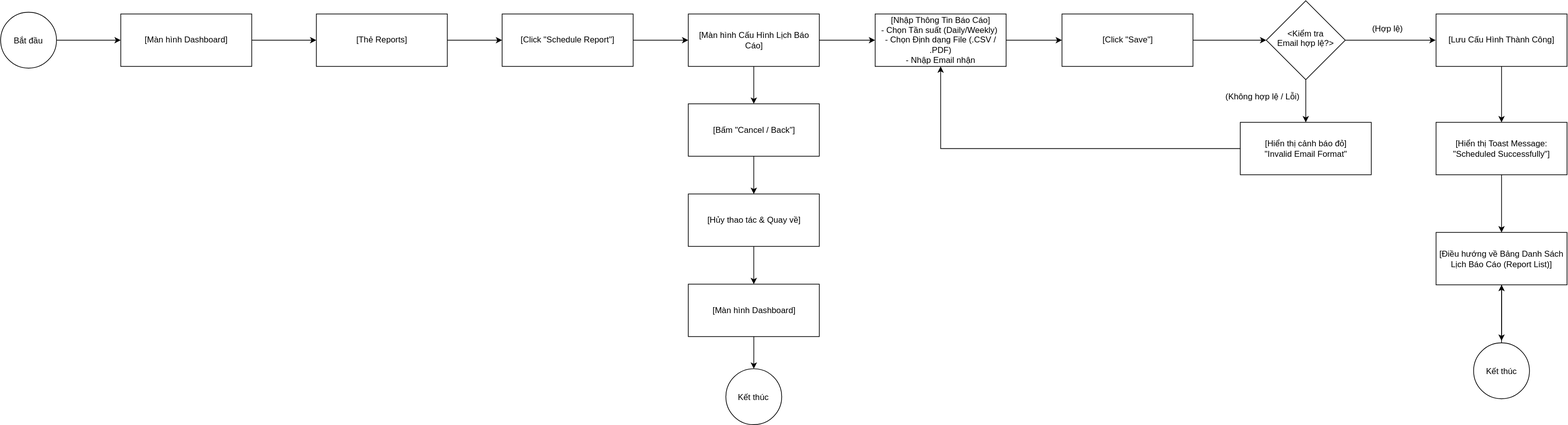
Above: user-flow.drawio.svg in linh-th/ecommerce-adtech (draw.io), before the change. Source tidied: cells renumbered, new cells last; positions are measured from the earlier drawing's top-left corner, leaving out a move shared by most shapes.
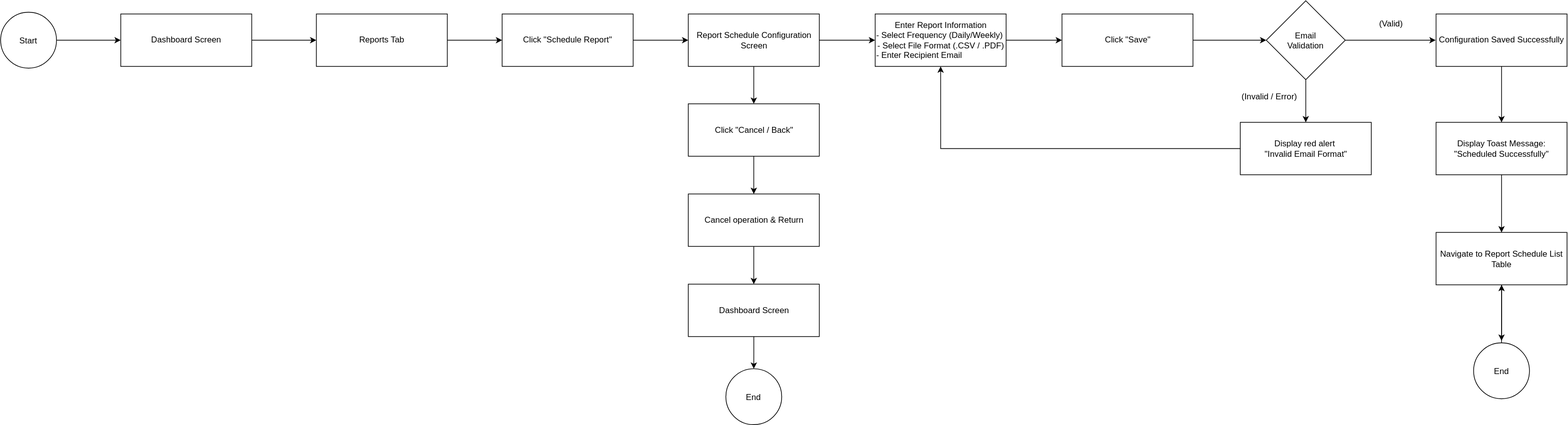
The same diagram one commit later.

What changed in the source:
```diff
@@ -5,19 +5,19 @@
     <mxCell id="2" style="edgeStyle=orthogonalEdgeStyle;rounded=0;jettySize=auto;html=1;defaultLabelBackgroundColor=page;" parent="1" edge="1" source="3" target="5">
       <mxGeometry relative="1" as="geometry" />
     </mxCell>
-    <mxCell id="3" value="[Màn hình Dashboard]" style="whiteSpace=wrap;html=1;" parent="1" vertex="1">
+    <mxCell id="3" value="Dashboard Screen" style="whiteSpace=wrap;html=1;" parent="1" vertex="1">
       <mxGeometry x="172" y="18.5" width="187.5" height="75" as="geometry" />
     </mxCell>
     <mxCell id="4" style="edgeStyle=orthogonalEdgeStyle;rounded=0;jettySize=auto;html=1;defaultLabelBackgroundColor=page;" parent="1" edge="1" source="5" target="7">
       <mxGeometry relative="1" as="geometry" />
     </mxCell>
-    <mxCell id="5" value="[Thẻ Reports]" style="whiteSpace=wrap;html=1;" parent="1" vertex="1">
+    <mxCell id="5" value="Reports Tab" style="whiteSpace=wrap;html=1;" parent="1" vertex="1">
       <mxGeometry x="452" y="18.5" width="187.5" height="75" as="geometry" />
     </mxCell>
     <mxCell id="6" style="edgeStyle=orthogonalEdgeStyle;rounded=0;jettySize=auto;html=1;defaultLabelBackgroundColor=page;" parent="1" edge="1" source="7" target="10">
       <mxGeometry relative="1" as="geometry" />
     </mxCell>
-    <mxCell id="7" value="[Click &quot;Schedule Report&quot;]" style="whiteSpace=wrap;html=1;" parent="1" vertex="1">
+    <mxCell id="7" value="Click &quot;Schedule Report&quot;" style="whiteSpace=wrap;html=1;" parent="1" vertex="1">
       <mxGeometry x="718" y="18.5" width="187.5" height="75" as="geometry" />
     </mxCell>
     <mxCell id="8" style="edgeStyle=orthogonalEdgeStyle;rounded=0;jettySize=auto;html=1;defaultLabelBackgroundColor=page;" parent="1" edge="1" source="10" target="12">
@@ -26,37 +26,37 @@
     <mxCell id="9" style="edgeStyle=orthogonalEdgeStyle;rounded=0;jettySize=auto;html=1;defaultLabelBackgroundColor=page;" parent="1" edge="1" source="10" target="16">
       <mxGeometry relative="1" as="geometry" />
     </mxCell>
-    <mxCell id="10" value="[Màn hình Cấu Hình Lịch Báo Cáo]" style="whiteSpace=wrap;html=1;" parent="1" vertex="1">
+    <mxCell id="10" value="Report Schedule Configuration Screen" style="whiteSpace=wrap;html=1;" parent="1" vertex="1">
       <mxGeometry x="984.5" y="18.5" width="187.5" height="75" as="geometry" />
     </mxCell>
     <mxCell id="11" style="edgeStyle=orthogonalEdgeStyle;rounded=0;jettySize=auto;html=1;defaultLabelBackgroundColor=page;" parent="1" edge="1" source="12" target="14">
       <mxGeometry relative="1" as="geometry" />
     </mxCell>
-    <mxCell id="12" value="[Bấm &quot;Cancel / Back&quot;]" style="whiteSpace=wrap;html=1;" parent="1" vertex="1">
+    <mxCell id="12" value="Click &quot;Cancel / Back&quot;" style="whiteSpace=wrap;html=1;" parent="1" vertex="1">
       <mxGeometry x="984.5" y="147" width="187.5" height="75" as="geometry" />
     </mxCell>
     <mxCell id="13" style="edgeStyle=orthogonalEdgeStyle;rounded=0;jettySize=auto;html=1;defaultLabelBackgroundColor=page;" parent="1" edge="1" source="14" target="18">
       <mxGeometry relative="1" as="geometry" />
     </mxCell>
-    <mxCell id="14" value="[Hủy thao tác &amp;amp; Quay về]" style="whiteSpace=wrap;html=1;" parent="1" vertex="1">
+    <mxCell id="14" value="Cancel operation &amp;amp; Return" style="whiteSpace=wrap;html=1;" parent="1" vertex="1">
       <mxGeometry x="984.5" y="276" width="187.5" height="75" as="geometry" />
     </mxCell>
     <mxCell id="15" style="edgeStyle=orthogonalEdgeStyle;rounded=0;jettySize=auto;html=1;defaultLabelBackgroundColor=page;" parent="1" edge="1" source="16" target="20">
       <mxGeometry relative="1" as="geometry" />
     </mxCell>
-    <mxCell id="16" value="[Nhập Thông Tin Báo Cáo]&lt;br&gt;   - Chọn Tần suất (Daily/Weekly)&amp;nbsp;&lt;div&gt;- Chọn Định dạng File (.CSV / .PDF)&lt;br&gt;   - Nhập Email nhận&lt;/div&gt;" style="whiteSpace=wrap;html=1;" parent="1" vertex="1">
+    <mxCell id="16" value="&lt;div style=&quot;text-align: center;&quot;&gt;&lt;span style=&quot;background-color: transparent; color: light-dark(#000000, var(--ge-light-color, #ffffff));&quot;&gt;Enter Report Information&lt;/span&gt;&lt;/div&gt;&lt;div&gt;&lt;div style=&quot;text-align: center;&quot;&gt;&lt;span style=&quot;background-color: transparent; color: light-dark(#000000, var(--ge-light-color, #ffffff));&quot;&gt;- Select Frequency (Daily/Weekly)&lt;/span&gt;&lt;span style=&quot;background-color: transparent; color: light-dark(#000000, var(--ge-light-color, #ffffff));&quot;&gt;&amp;nbsp;&lt;/span&gt;&lt;/div&gt;&lt;div style=&quot;text-align: center;&quot;&gt;&lt;span style=&quot;background-color: transparent; color: light-dark(#000000, var(--ge-light-color, #ffffff));&quot;&gt;- Select File Format (.CSV / .PDF)&lt;/span&gt;&lt;/div&gt; &lt;span&gt;- Enter Recipient Email&lt;/span&gt;&lt;/div&gt;" style="whiteSpace=wrap;html=1;align=left;" parent="1" vertex="1">
       <mxGeometry x="1252" y="18.5" width="187.5" height="75" as="geometry" />
     </mxCell>
     <mxCell id="17" style="edgeStyle=orthogonalEdgeStyle;rounded=0;jettySize=auto;html=1;defaultLabelBackgroundColor=page;" parent="1" edge="1" source="18" target="38">
       <mxGeometry relative="1" as="geometry" />
     </mxCell>
-    <mxCell id="18" value="[Màn hình Dashboard]" style="whiteSpace=wrap;html=1;" parent="1" vertex="1">
+    <mxCell id="18" value=" &lt;span&gt;Dashboard Screen&lt;/span&gt;" style="whiteSpace=wrap;html=1;" parent="1" vertex="1">
       <mxGeometry x="984.5" y="405" width="187.5" height="75" as="geometry" />
     </mxCell>
     <mxCell id="19" style="edgeStyle=orthogonalEdgeStyle;rounded=0;jettySize=auto;html=1;defaultLabelBackgroundColor=page;entryX=0;entryY=0.5;entryDx=0;entryDy=0;" parent="1" edge="1" source="20" target="33">
       <mxGeometry x="-0.41" relative="1" as="geometry" />
     </mxCell>
-    <mxCell id="20" value="[Click &quot;Save&quot;]" style="whiteSpace=wrap;html=1;" parent="1" vertex="1">
+    <mxCell id="20" value="Click &quot;Save&quot;" style="whiteSpace=wrap;html=1;" parent="1" vertex="1">
       <mxGeometry x="1519.5" y="18.5" width="187.5" height="75" as="geometry" />
     </mxCell>
     <mxCell id="21" style="edgeStyle=orthogonalEdgeStyle;rounded=0;jettySize=auto;html=1;defaultLabelBackgroundColor=page;exitX=1;exitY=0.5;exitDx=0;exitDy=0;" parent="1" edge="1" source="33">
@@ -70,19 +70,19 @@
     <mxCell id="23" style="edgeStyle=orthogonalEdgeStyle;rounded=0;jettySize=auto;html=1;defaultLabelBackgroundColor=page;entryX=0.5;entryY=1;entryDx=0;entryDy=0;" parent="1" edge="1" source="24" target="16">
       <mxGeometry x="-0.03" relative="1" as="geometry" />
     </mxCell>
-    <mxCell id="24" value="[Hiển thị cảnh báo đỏ]&lt;div&gt;&quot;Invalid Email Format&quot;&lt;/div&gt;" style="whiteSpace=wrap;html=1;" parent="1" vertex="1">
+    <mxCell id="24" value="Display red alert&amp;nbsp;&lt;div&gt;&quot;Invalid Email Format&quot;&lt;/div&gt;" style="whiteSpace=wrap;html=1;" parent="1" vertex="1">
       <mxGeometry x="1774.8" y="173.5" width="187.5" height="75" as="geometry" />
     </mxCell>
     <mxCell id="25" style="edgeStyle=orthogonalEdgeStyle;rounded=0;jettySize=auto;html=1;defaultLabelBackgroundColor=page;" parent="1" edge="1" source="26" target="28">
       <mxGeometry relative="1" as="geometry" />
     </mxCell>
-    <mxCell id="26" value="[Lưu Cấu Hình Thành Công]" style="whiteSpace=wrap;html=1;" parent="1" vertex="1">
+    <mxCell id="26" value="Configuration Saved Successfully" style="whiteSpace=wrap;html=1;" parent="1" vertex="1">
       <mxGeometry x="2055" y="18.5" width="187.5" height="75" as="geometry" />
     </mxCell>
     <mxCell id="27" style="edgeStyle=orthogonalEdgeStyle;rounded=0;jettySize=auto;html=1;defaultLabelBackgroundColor=page;" parent="1" edge="1" source="28" target="30">
       <mxGeometry relative="1" as="geometry" />
     </mxCell>
-    <mxCell id="28" value="[Hiển thị Toast Message: &quot;Scheduled Successfully&quot;]" style="whiteSpace=wrap;html=1;" parent="1" vertex="1">
+    <mxCell id="28" value="Display Toast Message: &quot;Scheduled Successfully&quot;" style="whiteSpace=wrap;html=1;" parent="1" vertex="1">
       <mxGeometry x="2055" y="173.5" width="187.5" height="75" as="geometry" />
     </mxCell>
     <mxCell id="29" style="edgeStyle=orthogonalEdgeStyle;rounded=0;jettySize=auto;html=1;defaultLabelBackgroundColor=page;" parent="1" edge="1" source="30">
@@ -90,31 +90,31 @@
         <mxPoint x="2148.8" y="486" as="targetPoint" />
       </mxGeometry>
     </mxCell>
-    <mxCell id="30" value="[Điều hướng về Bảng Danh Sách Lịch Báo Cáo (Report List)]" style="whiteSpace=wrap;html=1;" parent="1" vertex="1">
+    <mxCell id="30" value="Navigate to Report Schedule List Table" style="whiteSpace=wrap;html=1;" parent="1" vertex="1">
       <mxGeometry x="2055" y="331" width="187.5" height="75" as="geometry" />
     </mxCell>
     <mxCell id="31" style="edgeStyle=orthogonalEdgeStyle;rounded=0;jettySize=auto;html=1;exitX=1;exitY=0.5;exitDx=0;exitDy=0;entryX=0;entryY=0.5;entryDx=0;entryDy=0;defaultLabelBackgroundColor=page;" parent="1" edge="1" source="32" target="3">
       <mxGeometry relative="1" as="geometry" />
     </mxCell>
-    <mxCell id="32" value="Bắt đầu" style="ellipse;whiteSpace=wrap;html=1;shapeInside=1;" parent="1" vertex="1">
+    <mxCell id="32" value="Start" style="ellipse;whiteSpace=wrap;html=1;shapeInside=1;" parent="1" vertex="1">
       <mxGeometry y="16" width="80" height="80" as="geometry" />
     </mxCell>
-    <mxCell id="33" value="&amp;lt;Kiểm tra Email hợp lệ?&amp;gt;" style="rhombus;whiteSpace=wrap;html=1;shapeInside=1;" parent="1" vertex="1">
+    <mxCell id="33" value="Email Validation" style="rhombus;whiteSpace=wrap;html=1;shapeInside=1;" parent="1" vertex="1">
       <mxGeometry x="1812" y="-0.5" width="113" height="113" as="geometry" />
     </mxCell>
-    <mxCell id="34" value="(Không hợp lệ / Lỗi)" style="text;whiteSpace=wrap;html=1;" parent="1" vertex="1">
-      <mxGeometry x="1752" y="123" width="140" height="40" as="geometry" />
+    <mxCell id="34" value="(Invalid / Error)" style="text;whiteSpace=wrap;html=1;" parent="1" vertex="1">
+      <mxGeometry x="1774.8" y="123" width="100" height="40" as="geometry" />
     </mxCell>
-    <mxCell id="35" value="&lt;span style=&quot;text-align: center;&quot;&gt;(Hợp lệ)&lt;/span&gt;" style="text;whiteSpace=wrap;html=1;" parent="1" vertex="1">
-      <mxGeometry x="1962.2" y="26" width="80" height="40" as="geometry" />
+    <mxCell id="35" value="(Valid)" style="text;whiteSpace=wrap;html=1;" parent="1" vertex="1">
+      <mxGeometry x="1972" y="18.5" width="50" height="27.5" as="geometry" />
     </mxCell>
     <mxCell id="36" style="edgeStyle=orthogonalEdgeStyle;rounded=0;jettySize=auto;html=1;defaultLabelBackgroundColor=page;exitX=0.5;exitY=0;exitDx=0;exitDy=0;" parent="1" edge="1" source="37" target="30">
       <mxGeometry x="0.01" relative="1" as="geometry" />
     </mxCell>
-    <mxCell id="37" value="Kết thúc" style="ellipse;whiteSpace=wrap;html=1;shapeInside=1;" parent="1" vertex="1">
+    <mxCell id="37" value="End" style="ellipse;whiteSpace=wrap;html=1;shapeInside=1;" parent="1" vertex="1">
       <mxGeometry x="2108.8" y="489" width="80" height="80" as="geometry" />
     </mxCell>
-    <mxCell id="38" value="Kết thúc" style="ellipse;whiteSpace=wrap;html=1;shapeInside=1;" parent="1" vertex="1">
+    <mxCell id="38" value="End" style="ellipse;whiteSpace=wrap;html=1;shapeInside=1;" parent="1" vertex="1">
       <mxGeometry x="1038.2" y="526" width="80" height="80" as="geometry" />
     </mxCell>
   </root>
```
